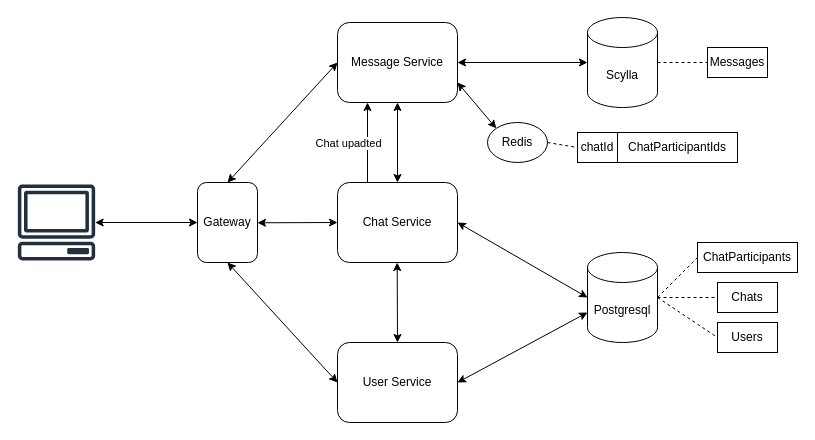
Earlier version of the draw.io diagram page "Strona-1" (1 of 4) of architecture.drawio (Kuba072002/social-service). Source tidied: cells renumbered, new cells numbered last; positions are measured from the earlier drawing's top-left corner, leaving out a move shared by most shapes. Both pictures are drawn from the tidied source at 100%, with x=0, y=0 at pixel (17, 17).
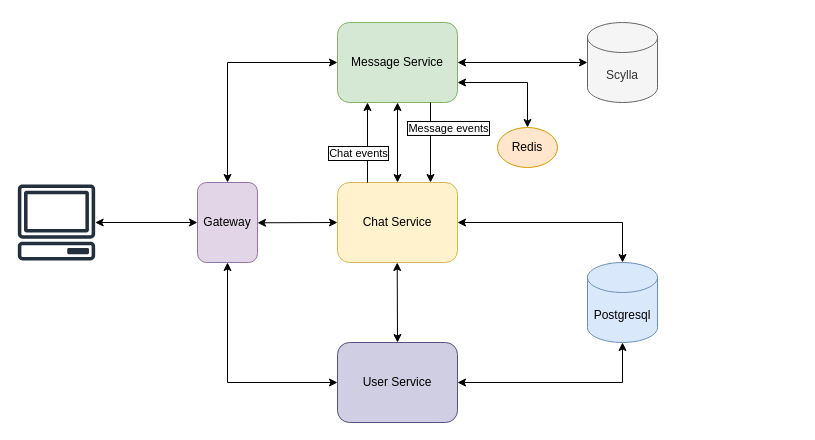
Above is the later version.

The change refers to these unchanged cells:
```xml
<mxCell id="34" style="endArrow=classic;html=1;rounded=0;exitX=0.25;exitY=0;exitDx=0;exitDy=0;entryX=0.25;entryY=1;entryDx=0;entryDy=0;" parent="1" edge="1" source="3" target="2">
  <mxGeometry relative="1" as="geometry" />
</mxCell>
```

What changed in the source:
```diff
@@
-    <mxCell id="2" value="Message Service" style="rounded=1;whiteSpace=wrap;html=1;" parent="1" vertex="1">
+    <mxCell id="2" value="Message Service" style="rounded=1;whiteSpace=wrap;html=1;fillColor=#d5e8d4;strokeColor=#82b366;" parent="1" vertex="1">
       <mxGeometry x="320" y="5" width="120" height="80" as="geometry" />
     </mxCell>
-    <mxCell id="3" value="Chat Service" style="rounded=1;whiteSpace=wrap;html=1;" parent="1" vertex="1">
+    <mxCell id="3" value="Chat Service" style="rounded=1;whiteSpace=wrap;html=1;fillColor=#fff2cc;strokeColor=#d6b656;" parent="1" vertex="1">
       <mxGeometry x="320" y="165" width="120" height="80" as="geometry" />
     </mxCell>
-    <mxCell id="4" value="User Service" style="rounded=1;whiteSpace=wrap;html=1;" parent="1" vertex="1">
+    <mxCell id="4" value="User Service" style="rounded=1;whiteSpace=wrap;html=1;fillColor=#d0cee2;strokeColor=#56517e;" parent="1" vertex="1">
       <mxGeometry x="320" y="325" width="120" height="80" as="geometry" />
     </mxCell>
-    <mxCell id="5" value="Postgresql" style="shape=cylinder3;whiteSpace=wrap;html=1;boundedLbl=1;backgroundOutline=1;size=15;" parent="1" vertex="1">
-      <mxGeometry x="570" y="235" width="70" height="90" as="geometry" />
+    <mxCell id="5" value="Postgresql" style="shape=cylinder3;whiteSpace=wrap;html=1;boundedLbl=1;backgroundOutline=1;size=15;fillColor=#dae8fc;strokeColor=#6c8ebf;" parent="1" vertex="1">
+      <mxGeometry x="570" y="245" width="70" height="80" as="geometry" />
     </mxCell>
-    <mxCell id="6" value="Scylla" style="shape=cylinder3;whiteSpace=wrap;html=1;boundedLbl=1;backgroundOutline=1;size=15;" parent="1" vertex="1">
-      <mxGeometry x="570" width="70" height="90" as="geometry" />
+    <mxCell id="6" value="Scylla" style="shape=cylinder3;whiteSpace=wrap;html=1;boundedLbl=1;backgroundOutline=1;size=15;fillColor=#f5f5f5;strokeColor=#666666;fontColor=#333333;" parent="1" vertex="1">
+      <mxGeometry x="570" y="5" width="70" height="80" as="geometry" />
     </mxCell>
-    <mxCell id="7" value="Gateway" style="rounded=1;whiteSpace=wrap;html=1;" parent="1" vertex="1">
+    <mxCell id="7" value="Gateway" style="rounded=1;whiteSpace=wrap;html=1;fillColor=#e1d5e7;strokeColor=#9673a6;" parent="1" vertex="1">
       <mxGeometry x="180" y="165" width="60" height="80" as="geometry" />
     </mxCell>
@@
     <mxCell id="10" style="endArrow=classic;startArrow=classic;html=1;rounded=0;exitX=0.5;exitY=0;exitDx=0;exitDy=0;entryX=0;entryY=0.5;entryDx=0;entryDy=0;" parent="1" edge="1" source="7" target="2">
-      <mxGeometry relative="1" as="geometry" />
+      <mxGeometry relative="1" as="geometry">
+        <Array as="points">
+          <mxPoint x="210" y="45" />
+        </Array>
+      </mxGeometry>
     </mxCell>
     <mxCell id="11" style="endArrow=classic;startArrow=classic;html=1;rounded=0;exitX=0.5;exitY=1;exitDx=0;exitDy=0;entryX=0;entryY=0.5;entryDx=0;entryDy=0;" parent="1" edge="1" source="7" target="4">
-      <mxGeometry relative="1" as="geometry" />
+      <mxGeometry relative="1" as="geometry">
+        <Array as="points">
+          <mxPoint x="210" y="365" />
+        </Array>
+      </mxGeometry>
     </mxCell>
-    <mxCell id="12" style="endArrow=classic;startArrow=classic;html=1;rounded=0;exitX=1;exitY=0.5;exitDx=0;exitDy=0;entryX=0;entryY=0.5;entryDx=0;entryDy=0;entryPerimeter=0;" parent="1" edge="1" source="3" target="5">
-      <mxGeometry relative="1" as="geometry" />
+    <mxCell id="12" style="endArrow=classic;startArrow=classic;html=1;rounded=0;exitX=1;exitY=0.5;exitDx=0;exitDy=0;entryX=0.5;entryY=0;entryDx=0;entryDy=0;entryPerimeter=0;" parent="1" edge="1" source="3" target="5">
+      <mxGeometry relative="1" as="geometry">
+        <Array as="points">
+          <mxPoint x="605" y="205" />
+        </Array>
+      </mxGeometry>
     </mxCell>
-    <mxCell id="13" style="endArrow=classic;startArrow=classic;html=1;rounded=0;exitX=1;exitY=0.5;exitDx=0;exitDy=0;entryX=0;entryY=0;entryDx=0;entryDy=60;entryPerimeter=0;" parent="1" edge="1" source="4" target="5">
-      <mxGeometry relative="1" as="geometry" />
+    <mxCell id="13" style="endArrow=classic;startArrow=classic;html=1;rounded=0;exitX=1;exitY=0.5;exitDx=0;exitDy=0;entryX=0.5;entryY=1;entryDx=0;entryDy=0;entryPerimeter=0;" parent="1" edge="1" source="4" target="5">
+      <mxGeometry relative="1" as="geometry">
+        <Array as="points">
+          <mxPoint x="605" y="365" />
+        </Array>
+      </mxGeometry>
     </mxCell>
@@
-    <mxCell id="16" value="Redis" style="ellipse;whiteSpace=wrap;html=1;" parent="1" vertex="1">
-      <mxGeometry x="470" y="105" width="60" height="40" as="geometry" />
+    <mxCell id="16" value="Redis" style="ellipse;whiteSpace=wrap;html=1;fillColor=#ffe6cc;strokeColor=#d79b00;" parent="1" vertex="1">
+      <mxGeometry x="480" y="110" width="60" height="40" as="geometry" />
     </mxCell>
-    <mxCell id="17" style="endArrow=classic;startArrow=classic;html=1;rounded=0;exitX=1;exitY=0.75;exitDx=0;exitDy=0;entryX=0;entryY=0;entryDx=0;entryDy=0;" parent="1" edge="1" source="2" target="16">
-      <mxGeometry relative="1" as="geometry" />
+    <mxCell id="17" style="endArrow=classic;startArrow=classic;html=1;rounded=0;exitX=1;exitY=0.75;exitDx=0;exitDy=0;entryX=0.5;entryY=0;entryDx=0;entryDy=0;" parent="1" edge="1" source="2" target="16">
+      <mxGeometry relative="1" as="geometry">
+        <Array as="points">
+          <mxPoint x="510" y="65" />
+        </Array>
+      </mxGeometry>
     </mxCell>
@@
-    <mxCell id="19" value="Messages" style="rounded=0;whiteSpace=wrap;html=1;" parent="1" vertex="1">
-      <mxGeometry x="690" y="30" width="60" height="30" as="geometry" />
-    </mxCell>
-    <mxCell id="20" style="endArrow=none;dashed=1;html=1;rounded=0;entryX=0;entryY=0.5;entryDx=0;entryDy=0;exitX=1;exitY=0.5;exitDx=0;exitDy=0;exitPerimeter=0;" parent="1" edge="1" source="6" target="19">
-      <mxGeometry relative="1" as="geometry" />
-    </mxCell>
-    <mxCell id="21" value="Chats" style="rounded=0;whiteSpace=wrap;html=1;" parent="1" vertex="1">
-      <mxGeometry x="700" y="265" width="60" height="30" as="geometry" />
-    </mxCell>
-    <mxCell id="22" value="Users" style="rounded=0;whiteSpace=wrap;html=1;" parent="1" vertex="1">
-      <mxGeometry x="700" y="305" width="60" height="30" as="geometry" />
-    </mxCell>
-    <mxCell id="23" style="endArrow=none;dashed=1;html=1;rounded=0;entryX=0;entryY=0.5;entryDx=0;entryDy=0;exitX=1;exitY=0.5;exitDx=0;exitDy=0;exitPerimeter=0;" parent="1" edge="1" source="5" target="21">
-      <mxGeometry relative="1" as="geometry" />
-    </mxCell>
-    <mxCell id="24" style="endArrow=none;dashed=1;html=1;rounded=0;entryX=0;entryY=0.5;entryDx=0;entryDy=0;exitX=1;exitY=0.5;exitDx=0;exitDy=0;exitPerimeter=0;" parent="1" edge="1" source="5" target="22">
-      <mxGeometry relative="1" as="geometry" />
-    </mxCell>
-    <mxCell id="25" value="ChatParticipants" style="rounded=0;whiteSpace=wrap;html=1;" parent="1" vertex="1">
-      <mxGeometry x="680" y="225" width="100" height="30" as="geometry" />
-    </mxCell>
-    <mxCell id="26" style="endArrow=none;dashed=1;html=1;rounded=0;entryX=0;entryY=0.5;entryDx=0;entryDy=0;exitX=1;exitY=0.5;exitDx=0;exitDy=0;exitPerimeter=0;" parent="1" edge="1" source="5" target="25">
-      <mxGeometry relative="1" as="geometry" />
-    </mxCell>
-    <mxCell id="27" style="endArrow=none;dashed=1;html=1;rounded=0;entryX=0;entryY=0.5;entryDx=0;entryDy=0;exitX=1;exitY=0.5;exitDx=0;exitDy=0;" parent="1" edge="1" source="16" target="33">
-      <mxGeometry relative="1" as="geometry" />
-    </mxCell>
@@
-    <mxCell id="29" style="group;" parent="1" vertex="1">
-      <mxGeometry x="560" y="115" width="160" height="30" as="geometry" />
-    </mxCell>
-    <mxCell id="30" style="rounded=0;whiteSpace=wrap;html=1;" parent="29" vertex="1">
-      <mxGeometry width="160" height="30" as="geometry" />
-    </mxCell>
-    <mxCell id="31" style="endArrow=none;html=1;rounded=0;entryX=0.25;entryY=0;entryDx=0;entryDy=0;exitX=0.25;exitY=1;exitDx=0;exitDy=0;" parent="29" edge="1" source="30" target="30">
-      <mxGeometry relative="1" as="geometry" />
-    </mxCell>
-    <mxCell id="32" value="ChatParticipantIds" style="text;html=1;align=center;verticalAlign=middle;whiteSpace=wrap;rounded=0;" parent="29" vertex="1">
-      <mxGeometry x="40" width="120" height="30" as="geometry" />
-    </mxCell>
-    <mxCell id="33" value="chatId" style="text;html=1;align=center;verticalAlign=middle;whiteSpace=wrap;rounded=0;" parent="29" vertex="1">
-      <mxGeometry width="40" height="30" as="geometry" />
-    </mxCell>
@@
-    <mxCell id="35" value="Chat upadted" style="edgeLabel;html=1;align=center;verticalAlign=middle;" parent="34" vertex="1">
+    <mxCell id="35" value="Chat events" style="edgeLabel;html=1;align=center;verticalAlign=middle;labelBorderColor=default;" parent="34" vertex="1">
       <mxGeometry x="0.01" y="-1" relative="1" as="geometry">
-        <mxPoint x="-21" as="offset" />
+        <mxPoint x="-11" y="10" as="offset" />
       </mxGeometry>
     </mxCell>
+    <mxCell id="36" style="endArrow=classic;html=1;rounded=0;exitX=0.25;exitY=0;exitDx=0;exitDy=0;entryX=0.25;entryY=1;entryDx=0;entryDy=0;" parent="1" edge="1">
+      <mxGeometry x="0.25" y="37" relative="1" as="geometry">
+        <mxPoint x="413" y="85" as="sourcePoint" />
+        <mxPoint x="413" y="165" as="targetPoint" />
+      </mxGeometry>
+    </mxCell>
+    <mxCell id="37" value="Message events" style="edgeLabel;html=1;align=center;verticalAlign=middle;labelBorderColor=default;" parent="36" vertex="1">
+      <mxGeometry x="0.01" relative="1" as="geometry">
+        <mxPoint x="17" y="-15" as="offset" />
+      </mxGeometry>
+    </mxCell>
```
